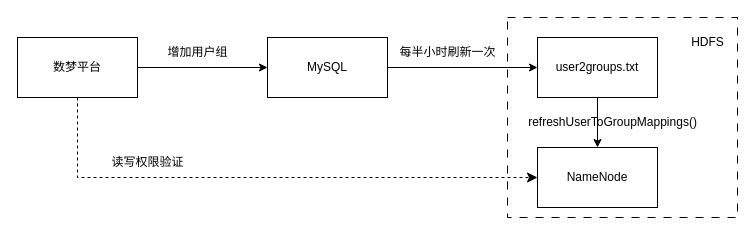
Earlier version of the draw.io diagram refeshUser2Group.drawio (wmsj2000/drawio). Source tidied: cells renumbered, new cells numbered last; positions are measured from the earlier drawing's top-left corner, leaving out a move shared by most shapes. Both pictures are drawn from the tidied source at 100%, with x=0, y=0 at pixel (17, 17).
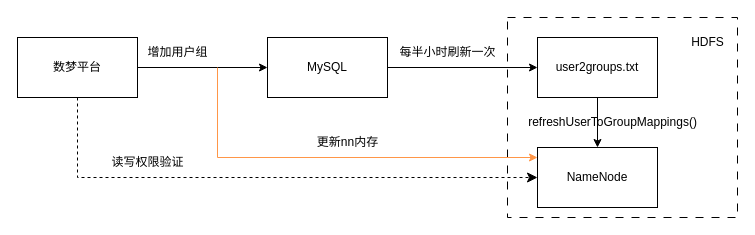
Above is the later version.

The change refers to these unchanged cells:
```xml
<mxCell id="6" value="NameNode" style="rounded=0;whiteSpace=wrap;html=1;" parent="1" vertex="1">
  <mxGeometry x="520" y="130" width="120" height="60" as="geometry" />
</mxCell>
```

Diff of the diagram source:
```diff
@@
     <mxCell id="8" value="增加用户组" style="text;html=1;align=center;verticalAlign=middle;strokeColor=none;fillColor=none;" parent="1" vertex="1">
-      <mxGeometry x="140" y="20" width="80" height="30" as="geometry" />
+      <mxGeometry x="120" y="20" width="80" height="30" as="geometry" />
     </mxCell>
@@
+    <mxCell id="16" style="edgeStyle=segmentEdgeStyle;endArrow=classic;html=1;curved=0;rounded=0;strokeColor=#FF9647;" parent="1" edge="1" target="6">
+      <mxGeometry relative="1" as="geometry">
+        <mxPoint x="200" y="50" as="sourcePoint" />
+        <Array as="points">
+          <mxPoint x="200" y="140" />
+        </Array>
+      </mxGeometry>
+    </mxCell>
+    <mxCell id="17" value="更新nn内存" style="text;html=1;align=center;verticalAlign=middle;strokeColor=none;fillColor=none;" parent="1" vertex="1">
+      <mxGeometry x="290" y="110" width="80" height="30" as="geometry" />
+    </mxCell>
```
